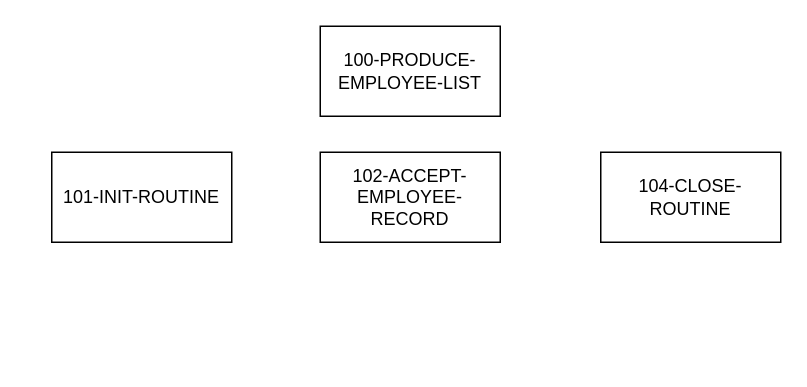
The draw.io diagram Assignment1 - charts.drawio in Wild-Things/Cobol-Flowcharts-a1, before the edit. Source tidied: cells renumbered, new cells numbered last; positions are measured from the earlier drawing's top-left corner, leaving out a move shared by most shapes. Both pictures are drawn from the tidied source at 150%, with x=0, y=0 at pixel (51, 26).
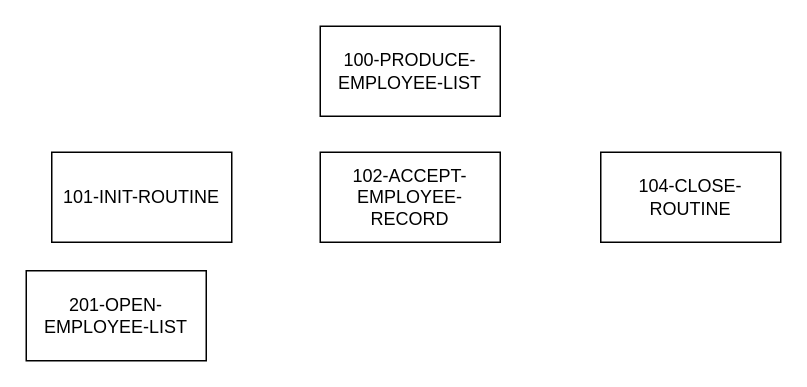
Above is the later version.

The edit, as a diff of the source:
```diff
@@
 <mxGraphModel>
   <root>
     <mxCell id="0" />
     <mxCell id="1" parent="0" />
     <mxCell id="2" value="&lt;div&gt;100-PRODUCE-EMPLOYEE-LIST&lt;/div&gt;" style="rounded=0;whiteSpace=wrap;html=1;" parent="1" vertex="1">
       <mxGeometry x="179" width="120" height="60" as="geometry" />
     </mxCell>
     <mxCell id="3" value="&lt;div&gt;101-INIT-ROUTINE&lt;/div&gt;" style="rounded=0;whiteSpace=wrap;html=1;" parent="1" vertex="1">
       <mxGeometry y="84" width="120" height="60" as="geometry" />
     </mxCell>
     <mxCell id="4" value="&lt;div&gt;102-ACCEPT-EMPLOYEE-RECORD&lt;/div&gt;" style="rounded=0;whiteSpace=wrap;html=1;" parent="1" vertex="1">
       <mxGeometry x="179" y="84" width="120" height="60" as="geometry" />
     </mxCell>
     <mxCell id="5" value="&lt;div&gt;104-CLOSE-ROUTINE&lt;/div&gt;" style="rounded=0;whiteSpace=wrap;html=1;" parent="1" vertex="1">
       <mxGeometry x="366" y="84" width="120" height="60" as="geometry" />
     </mxCell>
+    <mxCell id="6" value="&lt;div&gt;201-OPEN-EMPLOYEE-LIST&lt;/div&gt;" style="rounded=0;whiteSpace=wrap;html=1;" parent="1" vertex="1">
+      <mxGeometry x="-17" y="163" width="120" height="60" as="geometry" />
+    </mxCell>
   </root>
 </mxGraphModel>
```
